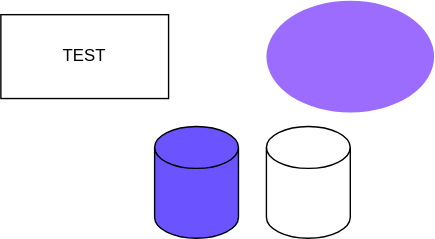
Junpei-K/My_Repository keeps this draw.io diagram as test.drawio.svg. Above is the earlier version. Source tidied: cells renumbered, new cells last; positions are measured from the earlier drawing's top-left corner, leaving out a move shared by most shapes.
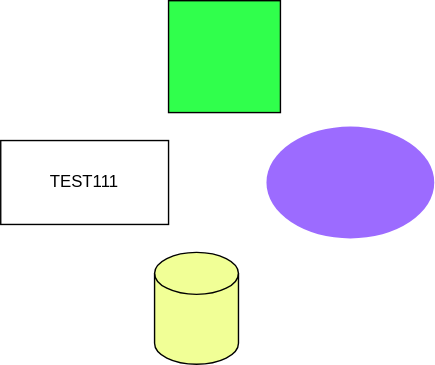
After the commit.

Diff of the diagram source:
```diff
@@ -2,17 +2,17 @@
   <root>
     <mxCell id="0" />
     <mxCell id="1" parent="0" />
-    <mxCell id="2" value="TEST" style="rounded=0;whiteSpace=wrap;html=1;" parent="1" vertex="1">
+    <mxCell id="2" value="TEST111" style="rounded=0;whiteSpace=wrap;html=1;" parent="1" vertex="1">
       <mxGeometry y="10" width="120" height="60" as="geometry" />
     </mxCell>
     <mxCell id="3" style="ellipse;whiteSpace=wrap;html=1;fillColor=#9C6BFF;strokeColor=none;" parent="1" vertex="1">
       <mxGeometry x="190" width="120" height="80" as="geometry" />
     </mxCell>
-    <mxCell id="4" style="shape=cylinder3;whiteSpace=wrap;html=1;boundedLbl=1;backgroundOutline=1;size=15;fillColor=#6B54FF;" parent="1" vertex="1">
+    <mxCell id="4" style="shape=cylinder3;whiteSpace=wrap;html=1;boundedLbl=1;backgroundOutline=1;size=15;fillColor=#F1FF96;" parent="1" vertex="1">
       <mxGeometry x="110" y="90" width="60" height="80" as="geometry" />
     </mxCell>
-    <mxCell id="5" style="shape=cylinder3;whiteSpace=wrap;html=1;boundedLbl=1;backgroundOutline=1;size=15;fillColor=#FFFFFF;" parent="1" vertex="1">
-      <mxGeometry x="190" y="90" width="60" height="80" as="geometry" />
-    </mxCell>
+    <mxCell id="6" style="whiteSpace=wrap;html=1;fillColor=#30FF4C;" parent="1" vertex="1">
+      <mxGeometry x="120" y="-90" width="80" height="80" as="geometry" />
+    </mxCell>
   </root>
 </mxGraphModel>
```
